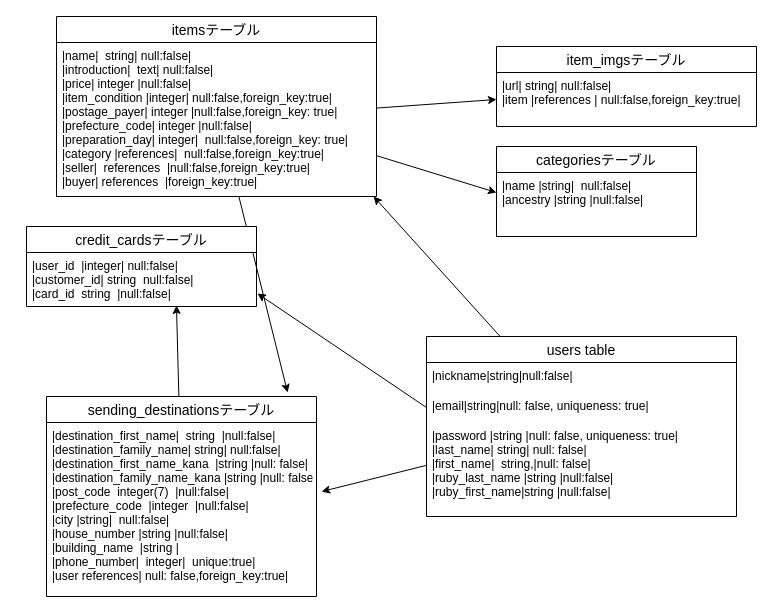
Earlier version of the draw.io diagram .dio (masukazuno/furima-40211). Source tidied: cells renumbered, new cells numbered last; positions are measured from the earlier drawing's top-left corner, leaving out a move shared by most shapes. Both pictures are drawn from the tidied source at 100%, with x=0, y=0 at pixel (26, 16).
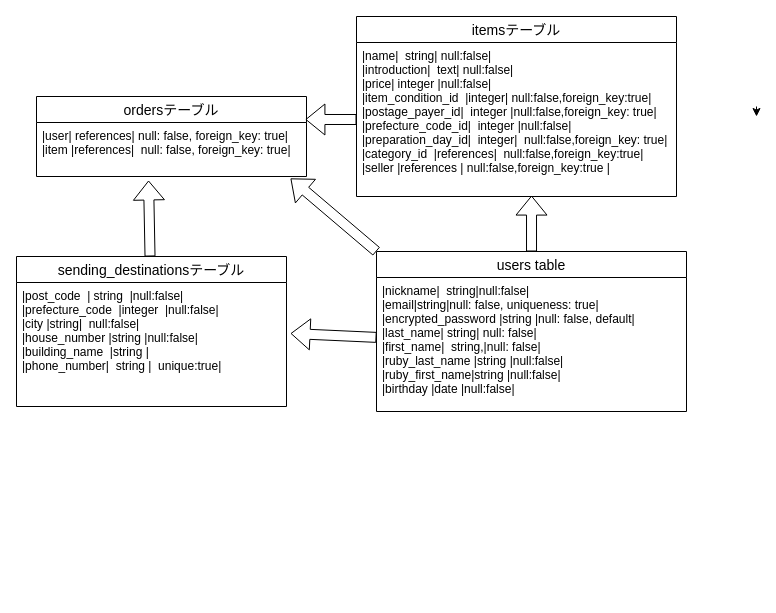
The same page after the edit.

The edit, as a diff of the source:
```diff
@@
-    <mxCell id="2" style="edgeStyle=none;html=1;entryX=0.991;entryY=1;entryDx=0;entryDy=0;entryPerimeter=0;" parent="1" edge="1" source="4" target="11">
+    <mxCell id="2" style="edgeStyle=none;shape=flexArrow;html=1;entryX=0.547;entryY=0.994;entryDx=0;entryDy=0;entryPerimeter=0;" parent="1" edge="1" source="4" target="11">
       <mxGeometry relative="1" as="geometry" />
     </mxCell>
-    <mxCell id="3" style="edgeStyle=none;html=1;entryX=1.019;entryY=0.397;entryDx=0;entryDy=0;entryPerimeter=0;" parent="1" edge="1" source="4" target="18">
-      <mxGeometry relative="1" as="geometry" />
-    </mxCell>
+    <mxCell id="23" style="edgeStyle=none;shape=flexArrow;html=1;exitX=0;exitY=0;exitDx=0;exitDy=0;entryX=0.941;entryY=1.037;entryDx=0;entryDy=0;entryPerimeter=0;" parent="1" edge="1" source="4" target="15">
+      <mxGeometry relative="1" as="geometry" />
+    </mxCell>
     <mxCell id="4" value="users table" style="swimlane;fontStyle=0;horizontal=1;startSize=26;align=center;fontSize=14;" parent="1" vertex="1">
-      <mxGeometry x="400" y="320" width="310" height="180" as="geometry" />
+      <mxGeometry x="350" y="235" width="310" height="160" as="geometry" />
     </mxCell>
-    <mxCell id="5" value="|nickname|string|null:false|" style="text;strokeColor=none;fillColor=none;spacingLeft=4;spacingRight=4;overflow=hidden;points=[[0,0.5],[1,0.5]];portConstraint=eastwest;fontSize=12;" parent="4" vertex="1">
-      <mxGeometry y="26" width="310" height="30" as="geometry" />
-    </mxCell>
-    <mxCell id="6" value="|email|string|null: false, uniqueness: true|" style="text;strokeColor=none;fillColor=none;spacingLeft=4;spacingRight=4;overflow=hidden;points=[[0,0.5],[1,0.5]];portConstraint=eastwest;fontSize=12;" parent="4" vertex="1">
-      <mxGeometry y="56" width="310" height="30" as="geometry" />
-    </mxCell>
-    <mxCell id="7" value="|password |string |null: false, uniqueness: true|&#10;|last_name| string| null: false|&#10;|first_name|  string,|null: false|&#10;|ruby_last_name |string |null:false|&#10;|ruby_first_name|string |null:false|&#10;" style="text;strokeColor=none;fillColor=none;spacingLeft=4;spacingRight=4;overflow=hidden;fontSize=12;" parent="4" vertex="1">
-      <mxGeometry y="86" width="310" height="94" as="geometry" />
-    </mxCell>
-    <mxCell id="8" style="edgeStyle=none;html=1;entryX=0;entryY=0.313;entryDx=0;entryDy=0;entryPerimeter=0;" parent="1" edge="1" source="10" target="20">
-      <mxGeometry relative="1" as="geometry" />
-    </mxCell>
-    <mxCell id="9" style="edgeStyle=none;html=1;entryX=0.893;entryY=-0.02;entryDx=0;entryDy=0;entryPerimeter=0;" parent="1" edge="1" source="10" target="17">
-      <mxGeometry relative="1" as="geometry" />
-    </mxCell>
     <mxCell id="10" value="itemsテーブル" style="swimlane;fontStyle=0;horizontal=1;startSize=26;align=center;fontSize=14;" parent="1" vertex="1">
-      <mxGeometry x="30" width="320" height="180" as="geometry" />
+      <mxGeometry x="330" width="320" height="180" as="geometry" />
     </mxCell>
-    <mxCell id="11" value="|name|  string| null:false|&#10;|introduction|  text| null:false|&#10;|price| integer |null:false|&#10;|item_condition |integer| null:false,foreign_key:true|&#10;|postage_payer| integer |null:false,foreign_key: true|&#10;|prefecture_code| integer |null:false|&#10;|preparation_day| integer|  null:false,foreign_key: true|&#10;|category |references|  null:false,foreign_key:true|&#10;|seller|  references  |null:false,foreign_key:true|&#10;|buyer| references  |foreign_key:true|" style="text;strokeColor=none;fillColor=none;spacingLeft=4;spacingRight=4;overflow=hidden;points=[[0,0.5],[1,0.5]];portConstraint=eastwest;fontSize=12;" parent="10" vertex="1">
+    <mxCell id="11" value="|name|  string| null:false|&#10;|introduction|  text| null:false|&#10;|price| integer |null:false|&#10;|item_condition_id  |integer| null:false,foreign_key:true|&#10;|postage_payer_id|  integer |null:false,foreign_key: true|&#10;|prefecture_code_id|  integer |null:false|&#10;|preparation_day_id|  integer|  null:false,foreign_key: true|&#10;|category_id  |references|  null:false,foreign_key:true|&#10;|seller |references | null:false,foreign_key:true |" style="text;strokeColor=none;fillColor=none;spacingLeft=4;spacingRight=4;overflow=hidden;points=[[0,0.5],[1,0.5]];portConstraint=eastwest;fontSize=12;" parent="10" vertex="1">
       <mxGeometry y="26" width="320" height="154" as="geometry" />
     </mxCell>
-    <mxCell id="12" value="item_imgsテーブル" style="swimlane;fontStyle=0;horizontal=1;startSize=26;align=center;fontSize=14;" parent="1" vertex="1">
-      <mxGeometry x="470" y="30" width="260" height="80" as="geometry" />
-    </mxCell>
-    <mxCell id="13" value="|url| string| null:false|&#10;|item |references | null:false,foreign_key:true|" style="text;strokeColor=none;fillColor=none;spacingLeft=4;spacingRight=4;overflow=hidden;points=[[0,0.5],[1,0.5]];portConstraint=eastwest;fontSize=12;" parent="12" vertex="1">
-      <mxGeometry y="26" width="260" height="54" as="geometry" />
-    </mxCell>
+    <mxCell id="24" style="edgeStyle=none;html=1;exitX=1;exitY=0.75;exitDx=0;exitDy=0;" parent="1" edge="1">
+      <mxGeometry relative="1" as="geometry">
+        <mxPoint x="730" y="90" as="sourcePoint" />
+        <mxPoint x="730" y="100" as="targetPoint" />
+      </mxGeometry>
+    </mxCell>
-    <mxCell id="14" value="credit_cardsテーブル" style="swimlane;fontStyle=0;horizontal=1;startSize=26;align=center;fontSize=14;" parent="1" vertex="1">
-      <mxGeometry y="210" width="230" height="80" as="geometry" />
+    <mxCell id="14" value="ordersテーブル" style="swimlane;fontStyle=0;horizontal=1;startSize=26;align=center;fontSize=14;" parent="1" vertex="1">
+      <mxGeometry x="10" y="80" width="270" height="80" as="geometry" />
     </mxCell>
-    <mxCell id="15" value="|user_id  |integer| null:false|&#10;|customer_id| string  null:false|&#10;|card_id  string  |null:false|" style="text;strokeColor=none;fillColor=none;spacingLeft=4;spacingRight=4;overflow=hidden;points=[[0,0.5],[1,0.5]];portConstraint=eastwest;fontSize=12;" parent="14" vertex="1">
-      <mxGeometry y="26" width="230" height="54" as="geometry" />
+    <mxCell id="15" value="|user| references| null: false, foreign_key: true|&#10;|item |references|  null: false, foreign_key: true|" style="text;strokeColor=none;fillColor=none;spacingLeft=4;spacingRight=4;overflow=hidden;points=[[0,0.5],[1,0.5]];portConstraint=eastwest;fontSize=12;" parent="14" vertex="1">
+      <mxGeometry y="26" width="270" height="54" as="geometry" />
     </mxCell>
-    <mxCell id="16" style="edgeStyle=none;html=1;entryX=0.652;entryY=0.981;entryDx=0;entryDy=0;entryPerimeter=0;" parent="1" edge="1" source="17" target="15">
+    <mxCell id="16" style="edgeStyle=none;shape=flexArrow;html=1;entryX=0.415;entryY=1.074;entryDx=0;entryDy=0;entryPerimeter=0;" parent="1" edge="1" source="17" target="15">
       <mxGeometry relative="1" as="geometry" />
     </mxCell>
     <mxCell id="17" value="sending_destinationsテーブル" style="swimlane;fontStyle=0;horizontal=1;startSize=26;align=center;fontSize=14;" parent="1" vertex="1">
-      <mxGeometry x="20" y="380" width="270" height="200" as="geometry" />
+      <mxGeometry x="-10" y="240" width="270" height="150" as="geometry" />
     </mxCell>
-    <mxCell id="18" value="|destination_first_name|  string  |null:false|&#10;|destination_family_name| string| null:false|&#10;|destination_first_name_kana  |string |null: false|&#10;|destination_family_name_kana |string |null: false|&#10;|post_code  integer(7)  |null:false|&#10;|prefecture_code  |integer  |null:false|&#10;|city |string|  null:false|&#10;|house_number |string |null:false|&#10;|building_name  |string |&#10;|phone_number|  integer|  unique:true|&#10;|user references| null: false,foreign_key:true|" style="text;strokeColor=none;fillColor=none;spacingLeft=4;spacingRight=4;overflow=hidden;points=[[0,0.5],[1,0.5]];portConstraint=eastwest;fontSize=12;" parent="17" vertex="1">
-      <mxGeometry y="26" width="270" height="174" as="geometry" />
+    <mxCell id="18" value="|post_code  | string  |null:false|&#10;|prefecture_code  |integer  |null:false|&#10;|city |string|  null:false|&#10;|house_number |string |null:false|&#10;|building_name  |string |&#10;|phone_number|  string |  unique:true|" style="text;strokeColor=none;fillColor=none;spacingLeft=4;spacingRight=4;overflow=hidden;points=[[0,0.5],[1,0.5]];portConstraint=eastwest;fontSize=12;" parent="17" vertex="1">
+      <mxGeometry y="26" width="270" height="124" as="geometry" />
     </mxCell>
-    <mxCell id="19" value="categoriesテーブル" style="swimlane;fontStyle=0;horizontal=1;startSize=26;align=center;fontSize=14;" parent="1" vertex="1">
-      <mxGeometry x="470" y="130" width="200" height="90" as="geometry" />
-    </mxCell>
-    <mxCell id="20" value="|name |string|  null:false|&#10;|ancestry |string |null:false|" style="text;strokeColor=none;fillColor=none;spacingLeft=4;spacingRight=4;overflow=hidden;points=[[0,0.5],[1,0.5]];portConstraint=eastwest;fontSize=12;" parent="19" vertex="1">
-      <mxGeometry y="26" width="200" height="64" as="geometry" />
-    </mxCell>
-    <mxCell id="21" style="edgeStyle=none;html=1;entryX=0;entryY=0.5;entryDx=0;entryDy=0;" parent="1" edge="1" source="11" target="13">
-      <mxGeometry relative="1" as="geometry" />
-    </mxCell>
-    <mxCell id="22" style="edgeStyle=none;html=1;exitX=0;exitY=0.5;exitDx=0;exitDy=0;entryX=1.004;entryY=0.759;entryDx=0;entryDy=0;entryPerimeter=0;" parent="1" edge="1" source="6" target="15">
-      <mxGeometry relative="1" as="geometry" />
-    </mxCell>
+    <mxCell id="25" style="edgeStyle=none;shape=flexArrow;html=1;entryX=1.015;entryY=0.411;entryDx=0;entryDy=0;entryPerimeter=0;" parent="1" edge="1" source="5" target="18">
+      <mxGeometry relative="1" as="geometry" />
+    </mxCell>
+    <mxCell id="5" value="|nickname|  string|null:false|&#10;|email|string|null: false, uniqueness: true|&#10;|encrypted_password |string |null: false, default|&#10;|last_name| string| null: false|&#10;|first_name|  string,|null: false|&#10;|ruby_last_name |string |null:false|&#10;|ruby_first_name|string |null:false|&#10;|birthday |date |null:false|&#10;" style="text;strokeColor=none;fillColor=none;spacingLeft=4;spacingRight=4;overflow=hidden;points=[[0,0.5],[1,0.5]];portConstraint=eastwest;fontSize=12;" parent="1" vertex="1">
+      <mxGeometry x="350" y="261" width="310" height="134" as="geometry" />
+    </mxCell>
+    <mxCell id="26" style="edgeStyle=none;shape=flexArrow;html=1;exitX=0;exitY=0.5;exitDx=0;exitDy=0;entryX=0.996;entryY=-0.056;entryDx=0;entryDy=0;entryPerimeter=0;" parent="1" edge="1" source="11" target="15">
+      <mxGeometry relative="1" as="geometry" />
+    </mxCell>
```
